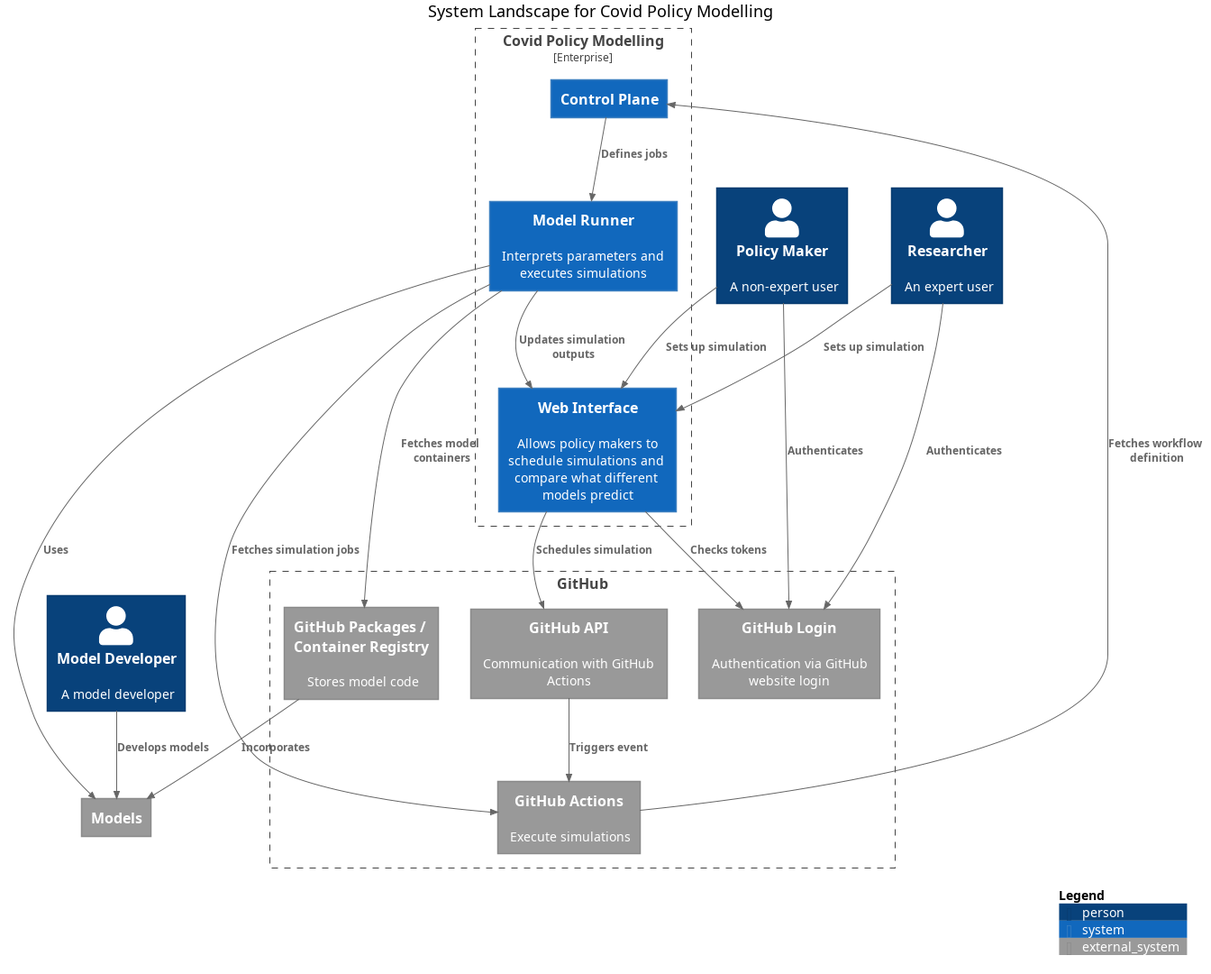
Before: assets/diagrams/structurizr-SystemLandscape.png, a diagram exported from PlantUML (covid-policy-modelling/covid-policy-modelling.github.io).
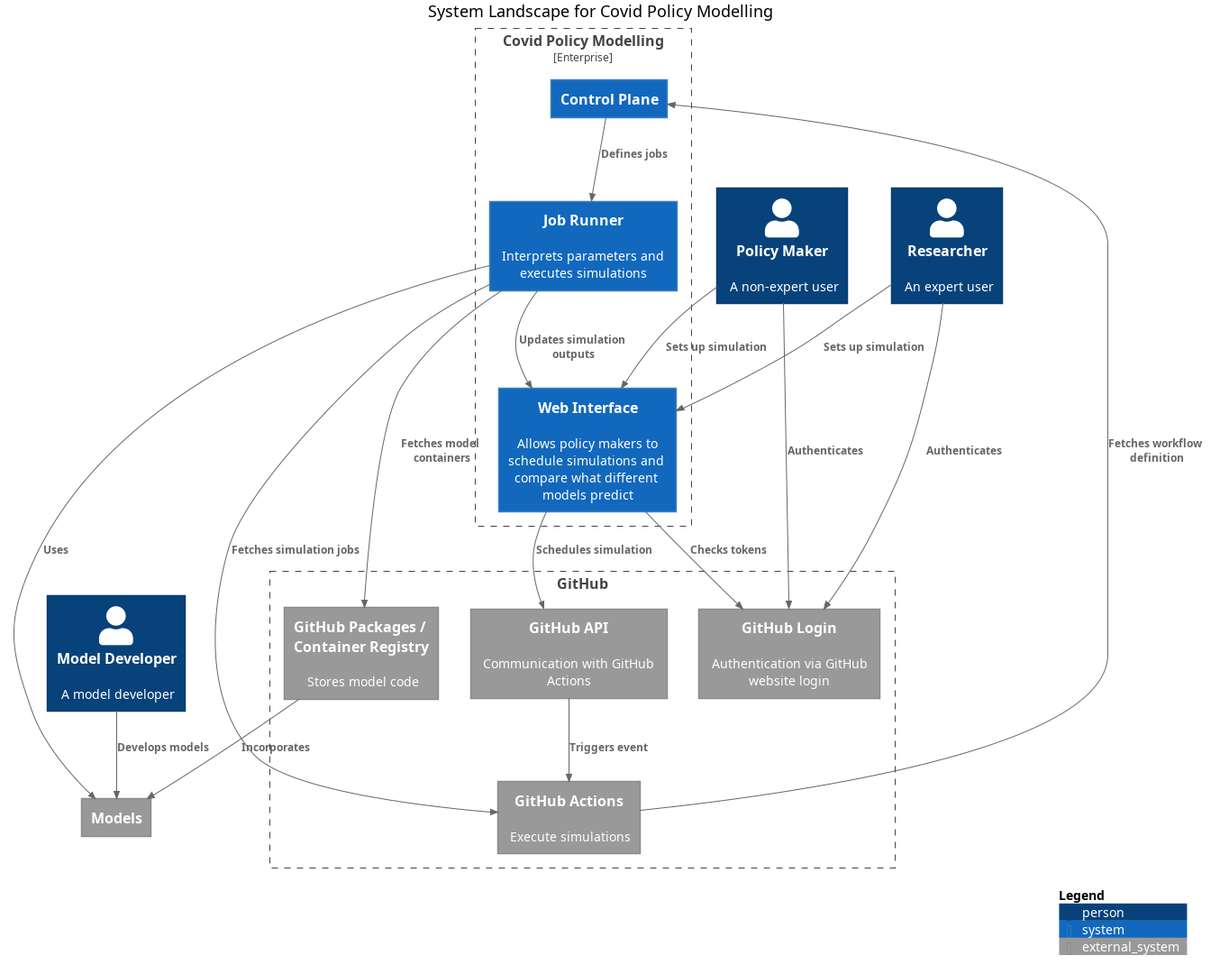
The same diagram one commit later.

Commit message:
Rename ModelRunner system to avoid confusion with container

Change to the diagram source:
```diff
@@ -7,7 +7,7 @@
 !includeurl https://raw.githubusercontent.com/plantuml-stdlib/C4-PlantUML/master/C4_Context.puml
 
 Enterprise_Boundary(enterprise, "Covid Policy Modelling") {
-  System(ModelRunner, "Model Runner", "Interprets parameters and executes simulations")
+  System(JobRunner, "Job Runner", "Interprets parameters and executes simulations")
   System(ControlPlane, "Control Plane", "")
   System(WebInterface, "Web Interface", "Allows policy makers to schedule simulations and compare what different models predict")
 }
@@ -26,11 +26,11 @@
 
 Rel_D(WebInterface, GitHubLogin, "Checks tokens")
 Rel_D(WebInterface, GitHubAPI, "Schedules simulation")
-Rel_D(ModelRunner, Models, "Uses")
-Rel_D(ModelRunner, GitHubPackagesContainerRegistry, "Fetches model containers")
-Rel_D(ModelRunner, WebInterface, "Updates simulation outputs")
-Rel_D(ModelRunner, GitHubActions, "Fetches simulation jobs")
-Rel_D(ControlPlane, ModelRunner, "Defines jobs")
+Rel_D(JobRunner, Models, "Uses")
+Rel_D(JobRunner, GitHubPackagesContainerRegistry, "Fetches model containers")
+Rel_D(JobRunner, WebInterface, "Updates simulation outputs")
+Rel_D(JobRunner, GitHubActions, "Fetches simulation jobs")
+Rel_D(ControlPlane, JobRunner, "Defines jobs")
 Rel_D(GitHubActions, ControlPlane, "Fetches workflow definition")
 Rel_D(PolicyMaker, GitHubLogin, "Authenticates")
 Rel_D(PolicyMaker, WebInterface, "Sets up simulation")
```
